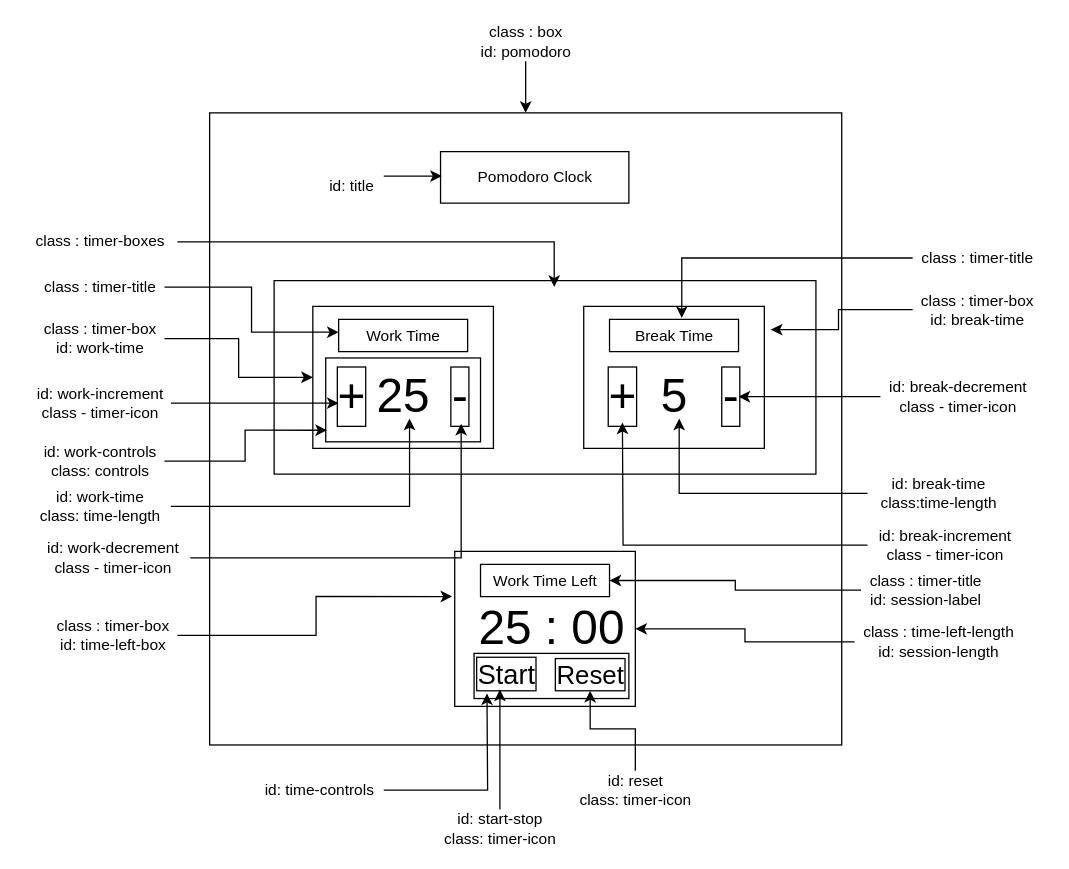
nick-brook/Pomodoro-Clock keeps this draw.io diagram as Clock Layout.drawio. Above is the earlier version. Source tidied: cells renumbered, new cells numbered last; positions are measured from the earlier drawing's top-left corner, leaving out a move shared by most shapes. Both pictures are drawn from the tidied source at 129%, with x=0, y=0 at pixel (22, 22).
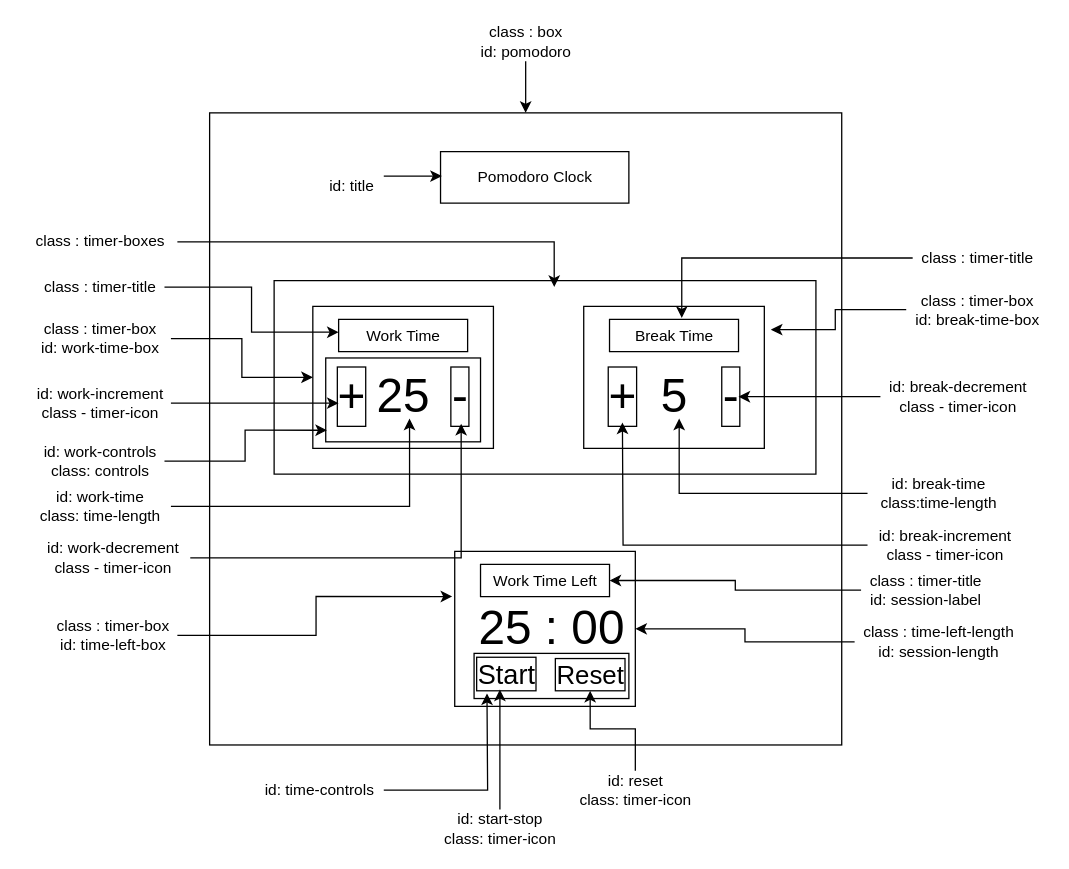
The same page after the edit.

Change to the diagram source:
```diff
@@
-    <mxCell id="14" value="class : timer-box&lt;br&gt;id: work-time" style="text;html=1;align=center;verticalAlign=middle;points=[];fillColor=none;strokeColor=none;rounded=0;" parent="1" vertex="1">
-      <mxGeometry x="10" y="230" width="100" height="30" as="geometry" />
+    <mxCell id="14" value="class : timer-box&lt;br&gt;id: work-time-box" style="text;html=1;align=center;verticalAlign=middle;points=[];fillColor=none;strokeColor=none;rounded=0;" parent="1" vertex="1">
+      <mxGeometry x="5" y="230" width="110" height="30" as="geometry" />
     </mxCell>
@@
-    <mxCell id="36" value="class : timer-box&lt;br&gt;id: break-time" style="text;html=1;align=center;verticalAlign=middle;points=[];fillColor=none;strokeColor=none;rounded=0;" parent="1" vertex="1">
-      <mxGeometry x="690" y="207.5" width="100" height="30" as="geometry" />
+    <mxCell id="36" value="class : timer-box&lt;br&gt;id: break-time-box" style="text;html=1;align=center;verticalAlign=middle;points=[];fillColor=none;strokeColor=none;rounded=0;" parent="1" vertex="1">
+      <mxGeometry x="685" y="207.5" width="110" height="30" as="geometry" />
     </mxCell>
```
